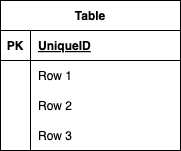
This is ER.drawio.png from ayaka0601/ayaka_kadai, a draw.io export, as it was before one commit. Source tidied: cells renumbered, new cells last; positions are measured from the earlier drawing's top-left corner, leaving out a move shared by most shapes. The source it was exported from:
```xml
<mxGraphModel>
  <root>
    <mxCell id="0" />
    <mxCell id="1" parent="0" />
    <mxCell id="2" value="Table" style="shape=table;startSize=30;rowLines=0;fontStyle=1;align=center;" parent="1" vertex="1">
      <mxGeometry width="180" height="150" as="geometry" />
    </mxCell>
    <mxCell id="3" style="shape=tableRow;horizontal=0;startSize=0;swimlaneHead=0;swimlaneBody=0;fillColor=none;top=0;left=0;right=0;bottom=1;" parent="2" vertex="1">
      <mxGeometry y="30" width="180" height="30" as="geometry" />
    </mxCell>
    <mxCell id="4" value="PK" style="shape=partialRectangle;fillColor=none;top=0;left=0;bottom=0;right=0;fontStyle=1;overflow=hidden;" parent="3" vertex="1">
      <mxGeometry width="30" height="30" as="geometry" />
    </mxCell>
    <mxCell id="5" value="UniqueID" style="shape=partialRectangle;fillColor=none;top=0;left=0;bottom=0;right=0;align=left;spacingLeft=6;fontStyle=5;overflow=hidden;" parent="3" vertex="1">
      <mxGeometry x="30" width="150" height="30" as="geometry" />
    </mxCell>
    <mxCell id="6" style="shape=tableRow;horizontal=0;startSize=0;swimlaneHead=0;swimlaneBody=0;fillColor=none;points=[[0,0.5],[1,0.5]];portConstraint=eastwest;top=0;left=0;right=0;bottom=0;" parent="2" vertex="1">
      <mxGeometry y="60" width="180" height="30" as="geometry" />
    </mxCell>
    <mxCell id="7" style="shape=partialRectangle;fillColor=none;top=0;left=0;bottom=0;right=0;overflow=hidden;" parent="6" vertex="1">
      <mxGeometry width="30" height="30" as="geometry" />
    </mxCell>
    <mxCell id="8" value="Row 1" style="shape=partialRectangle;fillColor=none;top=0;left=0;bottom=0;right=0;align=left;spacingLeft=6;overflow=hidden;" parent="6" vertex="1">
      <mxGeometry x="30" width="150" height="30" as="geometry" />
    </mxCell>
    <mxCell id="9" style="shape=tableRow;horizontal=0;startSize=0;swimlaneHead=0;swimlaneBody=0;fillColor=none;top=0;left=0;right=0;bottom=0;" parent="2" vertex="1">
      <mxGeometry y="90" width="180" height="30" as="geometry" />
    </mxCell>
    <mxCell id="10" style="shape=partialRectangle;fillColor=none;top=0;left=0;bottom=0;right=0;overflow=hidden;" parent="9" vertex="1">
      <mxGeometry width="30" height="30" as="geometry" />
    </mxCell>
    <mxCell id="11" value="Row 2" style="shape=partialRectangle;fillColor=none;top=0;left=0;bottom=0;right=0;align=left;spacingLeft=6;overflow=hidden;" parent="9" vertex="1">
      <mxGeometry x="30" width="150" height="30" as="geometry" />
    </mxCell>
    <mxCell id="12" style="shape=tableRow;horizontal=0;startSize=0;swimlaneHead=0;swimlaneBody=0;fillColor=none;top=0;left=0;right=0;bottom=0;" parent="2" vertex="1">
      <mxGeometry y="120" width="180" height="30" as="geometry" />
    </mxCell>
    <mxCell id="13" style="shape=partialRectangle;fillColor=none;top=0;left=0;bottom=0;right=0;overflow=hidden;" parent="12" vertex="1">
      <mxGeometry width="30" height="30" as="geometry" />
    </mxCell>
    <mxCell id="14" value="Row 3" style="shape=partialRectangle;fillColor=none;top=0;left=0;bottom=0;right=0;align=left;spacingLeft=6;overflow=hidden;" parent="12" vertex="1">
      <mxGeometry x="30" width="150" height="30" as="geometry" />
    </mxCell>
  </root>
</mxGraphModel>
```
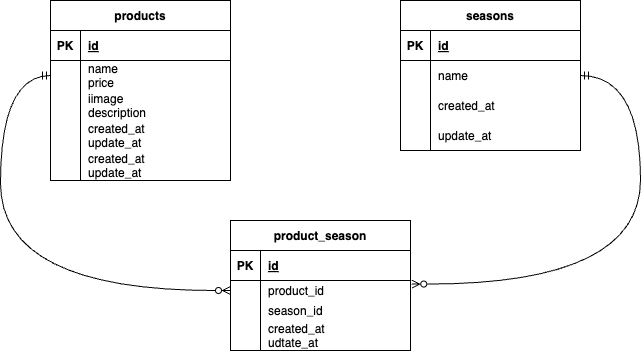
Later version of the same file.

Diff of the diagram source:
```diff
@@ -2,8 +2,8 @@
   <root>
     <mxCell id="0" />
     <mxCell id="1" parent="0" />
-    <mxCell id="2" value="Table" style="shape=table;startSize=30;rowLines=0;fontStyle=1;align=center;" parent="1" vertex="1">
-      <mxGeometry width="180" height="150" as="geometry" />
+    <mxCell id="2" value="products" style="shape=table;startSize=30;rowLines=0;fontStyle=1;align=center;" parent="1" vertex="1">
+      <mxGeometry width="180" height="180" as="geometry" />
     </mxCell>
     <mxCell id="3" style="shape=tableRow;horizontal=0;startSize=0;swimlaneHead=0;swimlaneBody=0;fillColor=none;top=0;left=0;right=0;bottom=1;" parent="2" vertex="1">
       <mxGeometry y="30" width="180" height="30" as="geometry" />
@@ -11,7 +11,7 @@
     <mxCell id="4" value="PK" style="shape=partialRectangle;fillColor=none;top=0;left=0;bottom=0;right=0;fontStyle=1;overflow=hidden;" parent="3" vertex="1">
       <mxGeometry width="30" height="30" as="geometry" />
     </mxCell>
-    <mxCell id="5" value="UniqueID" style="shape=partialRectangle;fillColor=none;top=0;left=0;bottom=0;right=0;align=left;spacingLeft=6;fontStyle=5;overflow=hidden;" parent="3" vertex="1">
+    <mxCell id="5" value="id" style="shape=partialRectangle;fillColor=none;top=0;left=0;bottom=0;right=0;align=left;spacingLeft=6;fontStyle=5;overflow=hidden;" parent="3" vertex="1">
       <mxGeometry x="30" width="150" height="30" as="geometry" />
     </mxCell>
     <mxCell id="6" style="shape=tableRow;horizontal=0;startSize=0;swimlaneHead=0;swimlaneBody=0;fillColor=none;points=[[0,0.5],[1,0.5]];portConstraint=eastwest;top=0;left=0;right=0;bottom=0;" parent="2" vertex="1">
@@ -20,7 +20,7 @@
     <mxCell id="7" style="shape=partialRectangle;fillColor=none;top=0;left=0;bottom=0;right=0;overflow=hidden;" parent="6" vertex="1">
       <mxGeometry width="30" height="30" as="geometry" />
     </mxCell>
-    <mxCell id="8" value="Row 1" style="shape=partialRectangle;fillColor=none;top=0;left=0;bottom=0;right=0;align=left;spacingLeft=6;overflow=hidden;" parent="6" vertex="1">
+    <mxCell id="8" value="name&#10;price" style="shape=partialRectangle;fillColor=none;top=0;left=0;bottom=0;right=0;align=left;spacingLeft=6;overflow=hidden;" parent="6" vertex="1">
       <mxGeometry x="30" width="150" height="30" as="geometry" />
     </mxCell>
     <mxCell id="9" style="shape=tableRow;horizontal=0;startSize=0;swimlaneHead=0;swimlaneBody=0;fillColor=none;top=0;left=0;right=0;bottom=0;" parent="2" vertex="1">
@@ -29,17 +29,120 @@
     <mxCell id="10" style="shape=partialRectangle;fillColor=none;top=0;left=0;bottom=0;right=0;overflow=hidden;" parent="9" vertex="1">
       <mxGeometry width="30" height="30" as="geometry" />
     </mxCell>
-    <mxCell id="11" value="Row 2" style="shape=partialRectangle;fillColor=none;top=0;left=0;bottom=0;right=0;align=left;spacingLeft=6;overflow=hidden;" parent="9" vertex="1">
+    <mxCell id="11" value="iimage&#10;description" style="shape=partialRectangle;fillColor=none;top=0;left=0;bottom=0;right=0;align=left;spacingLeft=6;overflow=hidden;" parent="9" vertex="1">
       <mxGeometry x="30" width="150" height="30" as="geometry" />
     </mxCell>
+    <mxCell id="15" style="shape=tableRow;horizontal=0;startSize=0;swimlaneHead=0;swimlaneBody=0;fillColor=none;top=0;left=0;right=0;bottom=0;" parent="2" vertex="1">
+      <mxGeometry y="120" width="180" height="30" as="geometry" />
+    </mxCell>
+    <mxCell id="16" style="shape=partialRectangle;fillColor=none;top=0;left=0;bottom=0;right=0;overflow=hidden;" parent="15" vertex="1">
+      <mxGeometry width="30" height="30" as="geometry" />
+    </mxCell>
+    <mxCell id="17" value="created_at&#10;update_at" style="shape=partialRectangle;fillColor=none;top=0;left=0;bottom=0;right=0;align=left;spacingLeft=6;overflow=hidden;" parent="15" vertex="1">
+      <mxGeometry x="30" width="150" height="30" as="geometry" />
+    </mxCell>
     <mxCell id="12" style="shape=tableRow;horizontal=0;startSize=0;swimlaneHead=0;swimlaneBody=0;fillColor=none;top=0;left=0;right=0;bottom=0;" parent="2" vertex="1">
-      <mxGeometry y="120" width="180" height="30" as="geometry" />
+      <mxGeometry y="150" width="180" height="30" as="geometry" />
     </mxCell>
     <mxCell id="13" style="shape=partialRectangle;fillColor=none;top=0;left=0;bottom=0;right=0;overflow=hidden;" parent="12" vertex="1">
       <mxGeometry width="30" height="30" as="geometry" />
     </mxCell>
-    <mxCell id="14" value="Row 3" style="shape=partialRectangle;fillColor=none;top=0;left=0;bottom=0;right=0;align=left;spacingLeft=6;overflow=hidden;" parent="12" vertex="1">
+    <mxCell id="14" value="created_at&#10;update_at" style="shape=partialRectangle;fillColor=none;top=0;left=0;bottom=0;right=0;align=left;spacingLeft=6;overflow=hidden;" parent="12" vertex="1">
       <mxGeometry x="30" width="150" height="30" as="geometry" />
     </mxCell>
+    <mxCell id="18" value="seasons" style="shape=table;startSize=30;rowLines=0;fontStyle=1;align=center;" parent="1" vertex="1">
+      <mxGeometry x="350" width="180" height="150" as="geometry" />
+    </mxCell>
+    <mxCell id="19" style="shape=tableRow;horizontal=0;startSize=0;swimlaneHead=0;swimlaneBody=0;fillColor=none;top=0;left=0;right=0;bottom=1;" parent="18" vertex="1">
+      <mxGeometry y="30" width="180" height="30" as="geometry" />
+    </mxCell>
+    <mxCell id="20" value="PK" style="shape=partialRectangle;fillColor=none;top=0;left=0;bottom=0;right=0;fontStyle=1;overflow=hidden;" parent="19" vertex="1">
+      <mxGeometry width="30" height="30" as="geometry" />
+    </mxCell>
+    <mxCell id="21" value="id" style="shape=partialRectangle;fillColor=none;top=0;left=0;bottom=0;right=0;align=left;spacingLeft=6;fontStyle=5;overflow=hidden;" parent="19" vertex="1">
+      <mxGeometry x="30" width="150" height="30" as="geometry" />
+    </mxCell>
+    <mxCell id="22" style="shape=tableRow;horizontal=0;startSize=0;swimlaneHead=0;swimlaneBody=0;fillColor=none;points=[[0,0.5],[1,0.5]];portConstraint=eastwest;top=0;left=0;right=0;bottom=0;" parent="18" vertex="1">
+      <mxGeometry y="60" width="180" height="30" as="geometry" />
+    </mxCell>
+    <mxCell id="23" style="shape=partialRectangle;fillColor=none;top=0;left=0;bottom=0;right=0;overflow=hidden;" parent="22" vertex="1">
+      <mxGeometry width="30" height="30" as="geometry" />
+    </mxCell>
+    <mxCell id="24" value="name" style="shape=partialRectangle;fillColor=none;top=0;left=0;bottom=0;right=0;align=left;spacingLeft=6;overflow=hidden;" parent="22" vertex="1">
+      <mxGeometry x="30" width="150" height="30" as="geometry" />
+    </mxCell>
+    <mxCell id="25" style="shape=tableRow;horizontal=0;startSize=0;swimlaneHead=0;swimlaneBody=0;fillColor=none;top=0;left=0;right=0;bottom=0;" parent="18" vertex="1">
+      <mxGeometry y="90" width="180" height="30" as="geometry" />
+    </mxCell>
+    <mxCell id="26" style="shape=partialRectangle;fillColor=none;top=0;left=0;bottom=0;right=0;overflow=hidden;" parent="25" vertex="1">
+      <mxGeometry width="30" height="30" as="geometry" />
+    </mxCell>
+    <mxCell id="27" value="created_at" style="shape=partialRectangle;fillColor=none;top=0;left=0;bottom=0;right=0;align=left;spacingLeft=6;overflow=hidden;" parent="25" vertex="1">
+      <mxGeometry x="30" width="150" height="30" as="geometry" />
+    </mxCell>
+    <mxCell id="28" style="shape=tableRow;horizontal=0;startSize=0;swimlaneHead=0;swimlaneBody=0;fillColor=none;top=0;left=0;right=0;bottom=0;" parent="18" vertex="1">
+      <mxGeometry y="120" width="180" height="30" as="geometry" />
+    </mxCell>
+    <mxCell id="29" style="shape=partialRectangle;fillColor=none;top=0;left=0;bottom=0;right=0;overflow=hidden;" parent="28" vertex="1">
+      <mxGeometry width="30" height="30" as="geometry" />
+    </mxCell>
+    <mxCell id="30" value="update_at" style="shape=partialRectangle;fillColor=none;top=0;left=0;bottom=0;right=0;align=left;spacingLeft=6;overflow=hidden;" parent="28" vertex="1">
+      <mxGeometry x="30" width="150" height="30" as="geometry" />
+    </mxCell>
+    <mxCell id="31" value="product_season" style="shape=table;startSize=30;rowLines=0;fontStyle=1;align=center;" parent="1" vertex="1">
+      <mxGeometry x="180" y="220" width="180" height="130" as="geometry" />
+    </mxCell>
+    <mxCell id="32" style="shape=tableRow;horizontal=0;startSize=0;swimlaneHead=0;swimlaneBody=0;fillColor=none;top=0;left=0;right=0;bottom=1;" parent="31" vertex="1">
+      <mxGeometry y="30" width="180" height="30" as="geometry" />
+    </mxCell>
+    <mxCell id="33" value="PK" style="shape=partialRectangle;fillColor=none;top=0;left=0;bottom=0;right=0;fontStyle=1;overflow=hidden;" parent="32" vertex="1">
+      <mxGeometry width="30" height="30" as="geometry" />
+    </mxCell>
+    <mxCell id="34" value="id" style="shape=partialRectangle;fillColor=none;top=0;left=0;bottom=0;right=0;align=left;spacingLeft=6;fontStyle=5;overflow=hidden;" parent="32" vertex="1">
+      <mxGeometry x="30" width="150" height="30" as="geometry" />
+    </mxCell>
+    <mxCell id="35" style="shape=tableRow;horizontal=0;startSize=0;swimlaneHead=0;swimlaneBody=0;fillColor=none;points=[[0,0.5],[1,0.5]];portConstraint=eastwest;top=0;left=0;right=0;bottom=0;" parent="31" vertex="1">
+      <mxGeometry y="60" width="180" height="20" as="geometry" />
+    </mxCell>
+    <mxCell id="36" style="shape=partialRectangle;fillColor=none;top=0;left=0;bottom=0;right=0;overflow=hidden;" parent="35" vertex="1">
+      <mxGeometry width="30" height="20" as="geometry" />
+    </mxCell>
+    <mxCell id="37" value="product_id" style="shape=partialRectangle;fillColor=none;top=0;left=0;bottom=0;right=0;align=left;spacingLeft=6;overflow=hidden;" parent="35" vertex="1">
+      <mxGeometry x="30" width="150" height="20" as="geometry" />
+    </mxCell>
+    <mxCell id="38" style="shape=tableRow;horizontal=0;startSize=0;swimlaneHead=0;swimlaneBody=0;fillColor=none;top=0;left=0;right=0;bottom=0;" parent="31" vertex="1">
+      <mxGeometry y="80" width="180" height="20" as="geometry" />
+    </mxCell>
+    <mxCell id="39" style="shape=partialRectangle;fillColor=none;top=0;left=0;bottom=0;right=0;overflow=hidden;" parent="38" vertex="1">
+      <mxGeometry width="30" height="20" as="geometry" />
+    </mxCell>
+    <mxCell id="40" value="season_id" style="shape=partialRectangle;fillColor=none;top=0;left=0;bottom=0;right=0;align=left;spacingLeft=6;overflow=hidden;" parent="38" vertex="1">
+      <mxGeometry x="30" width="150" height="20" as="geometry" />
+    </mxCell>
+    <mxCell id="41" style="shape=tableRow;horizontal=0;startSize=0;swimlaneHead=0;swimlaneBody=0;fillColor=none;top=0;left=0;right=0;bottom=0;" parent="31" vertex="1">
+      <mxGeometry y="100" width="180" height="30" as="geometry" />
+    </mxCell>
+    <mxCell id="42" style="shape=partialRectangle;fillColor=none;top=0;left=0;bottom=0;right=0;overflow=hidden;" parent="41" vertex="1">
+      <mxGeometry width="30" height="30" as="geometry" />
+    </mxCell>
+    <mxCell id="43" value="created_at&#10;udtate_at" style="shape=partialRectangle;fillColor=none;top=0;left=0;bottom=0;right=0;align=left;spacingLeft=6;overflow=hidden;" parent="41" vertex="1">
+      <mxGeometry x="30" width="150" height="30" as="geometry" />
+    </mxCell>
+    <mxCell id="44" style="edgeStyle=orthogonalEdgeStyle;curved=1;html=1;exitX=0;exitY=0.5;exitDx=0;exitDy=0;entryX=0;entryY=0.5;entryDx=0;entryDy=0;strokeColor=default;startArrow=ERmandOne;startFill=0;endArrow=ERzeroToMany;endFill=0;" parent="1" edge="1" source="6" target="35">
+      <mxGeometry relative="1" as="geometry">
+        <Array as="points">
+          <mxPoint x="-50" y="75" />
+          <mxPoint x="-50" y="290" />
+        </Array>
+      </mxGeometry>
+    </mxCell>
+    <mxCell id="45" style="edgeStyle=orthogonalEdgeStyle;curved=1;html=1;exitX=1;exitY=0.5;exitDx=0;exitDy=0;strokeColor=default;startArrow=ERmandOne;startFill=0;endArrow=ERzeroToMany;endFill=0;entryX=1.007;entryY=0.178;entryDx=0;entryDy=0;entryPerimeter=0;" parent="1" edge="1" source="22" target="35">
+      <mxGeometry relative="1" as="geometry">
+        <Array as="points">
+          <mxPoint x="590" y="75" />
+          <mxPoint x="590" y="284" />
+        </Array>
+      </mxGeometry>
+    </mxCell>
   </root>
 </mxGraphModel>
```
